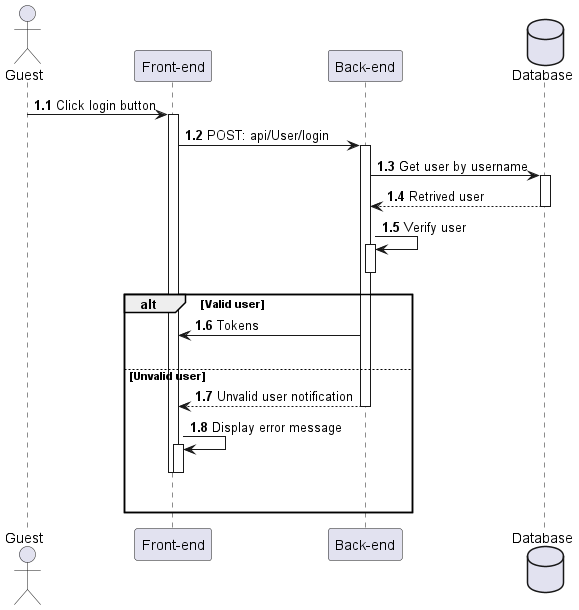
HTPhong-276/iCoaching-Diagrams keeps this PlantUML diagram as out/Sequences_diagrams/Login/Login.png. Above is the earlier version.
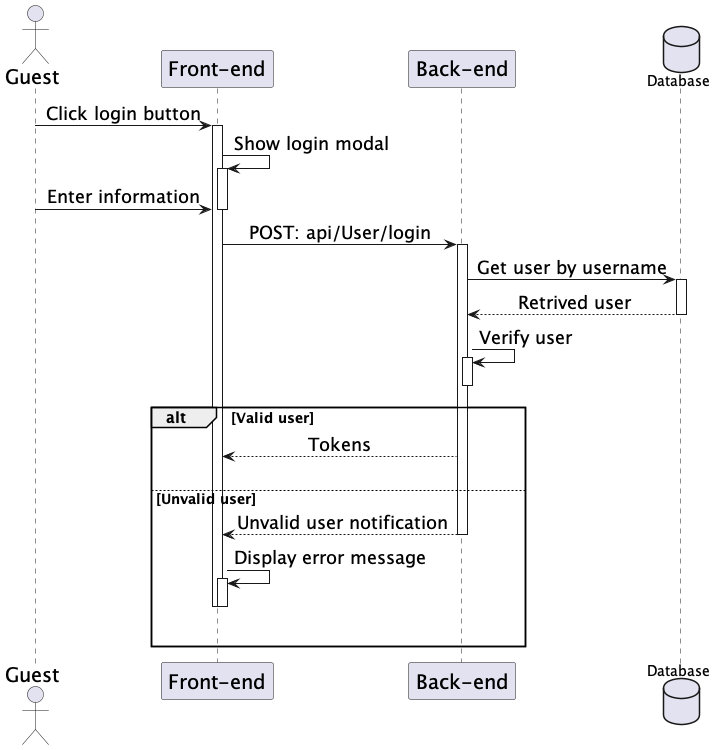
The same file after the commit.

Change to the diagram source:
```diff
@@ -1,13 +1,22 @@
 @startuml Login
-
+skinparam sequenceMessageAlign center
+skinparam sequenceGroupFontSize 14
+skinparam sequenceGroupHeaderFontSize 15
+skinparam sequence {
+    ParticipantFontSize 20
+    ActorFontSize 20
+    DatabaseFontSize 20
+    ArrowFontSize 18
+}
 actor Guest as user
 participant "Front-end" as client
 participant "Back-end" as server
 database "Database" as db
 
-autonumber 1.1 "<b>0:"
-
 user -> client++ : Click login button
+client -> client++: Show login modal
+user -> client: Enter information
+deactivate
 client -> server++ : POST: api/User/login
 server -> db++ : Get user by username
 db --> server : Retrived user
@@ -16,12 +25,12 @@
 deactivate server
 
 alt Valid user
-    server -> client : Tokens
+    server --> client : Tokens
     |||
 else Unvalid user
-    server --> client : Unvalid user notification
+    server --> client: Unvalid user notification
     deactivate
-    client -> client++ : Display error message
+    client -> client++: Display error message
     deactivate
     deactivate
     |||
```
